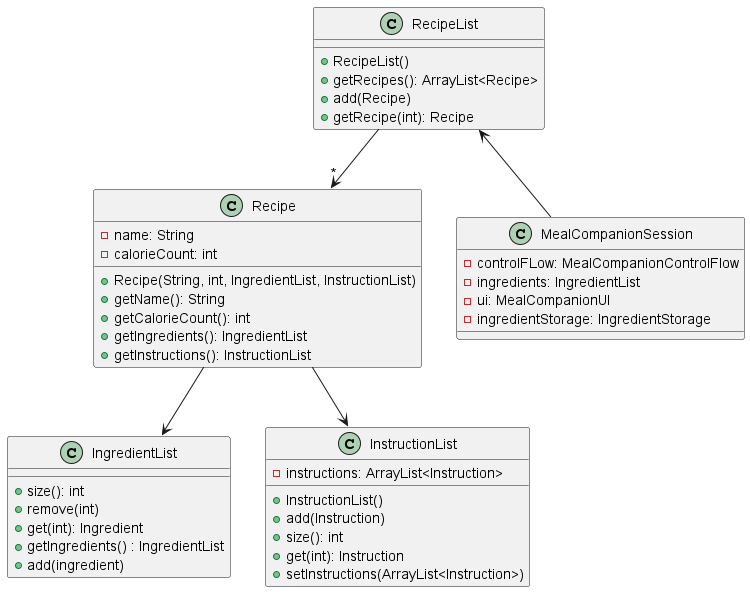
Above: docs/images/RecipeUML.png in nus-cs2113-AY2223S2/tp (PlantUML), before the change.
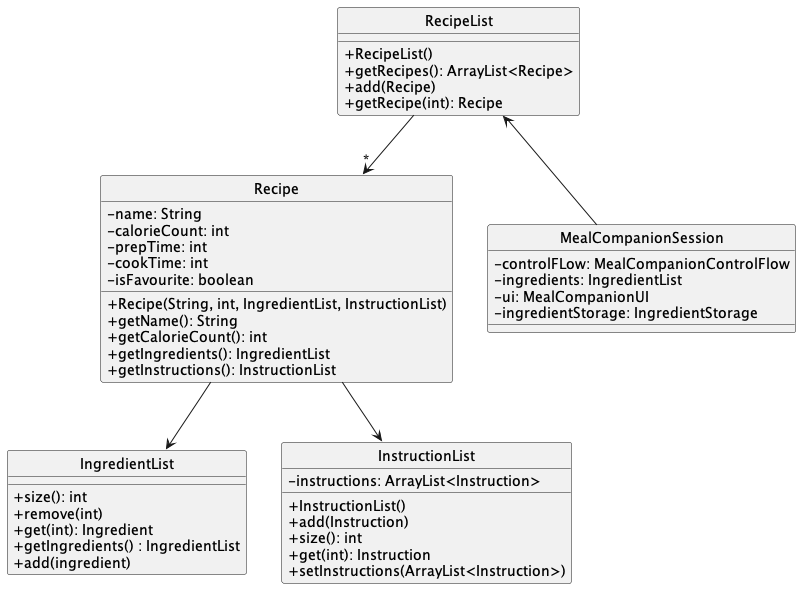
After the change.

What changed in the source:
```diff
@@ -1,4 +1,5 @@
 @startuml
+!include Style.puml
 
 Recipe --> IngredientList
 Recipe --> InstructionList
@@ -8,6 +9,9 @@
 class Recipe {
 -name: String
 -calorieCount: int
+-prepTime: int
+-cookTime: int
+-isFavourite: boolean
 +Recipe(String, int, IngredientList, InstructionList)
 +getName(): String
 +getCalorieCount(): int
```
